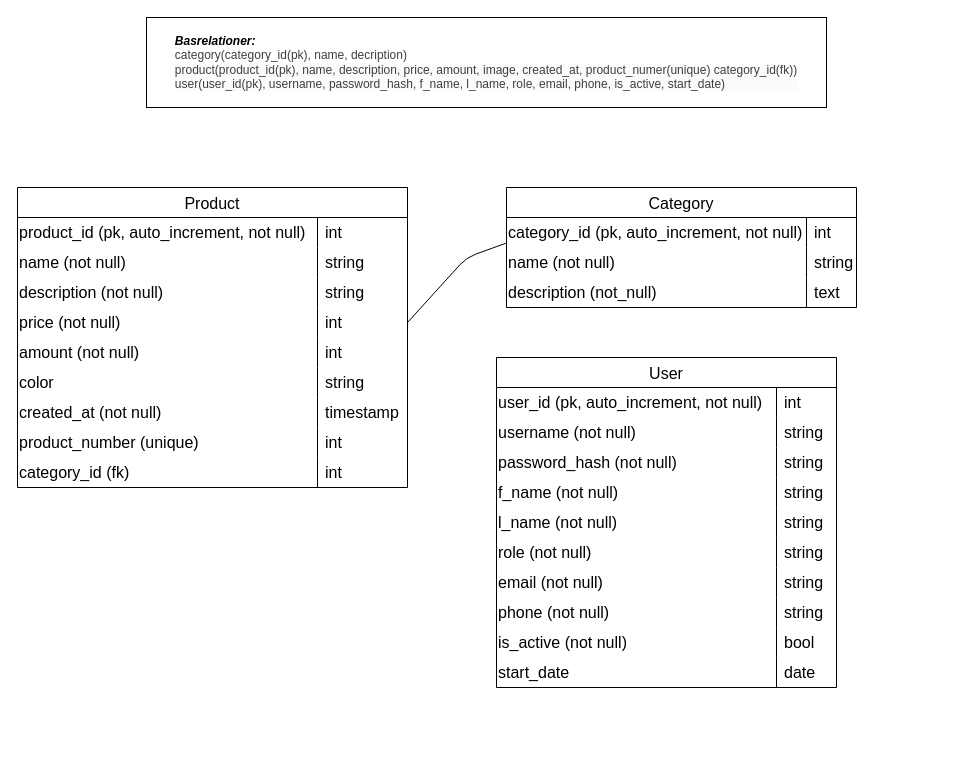
The draw.io diagram er-diagram.drawio in gustafsson96/project-dt193g-backend, before the edit. Source tidied: cells renumbered, new cells numbered last; positions are measured from the earlier drawing's top-left corner, leaving out a move shared by most shapes. Both pictures are drawn from the tidied source at 100%, with x=0, y=0 at pixel (17, 17).
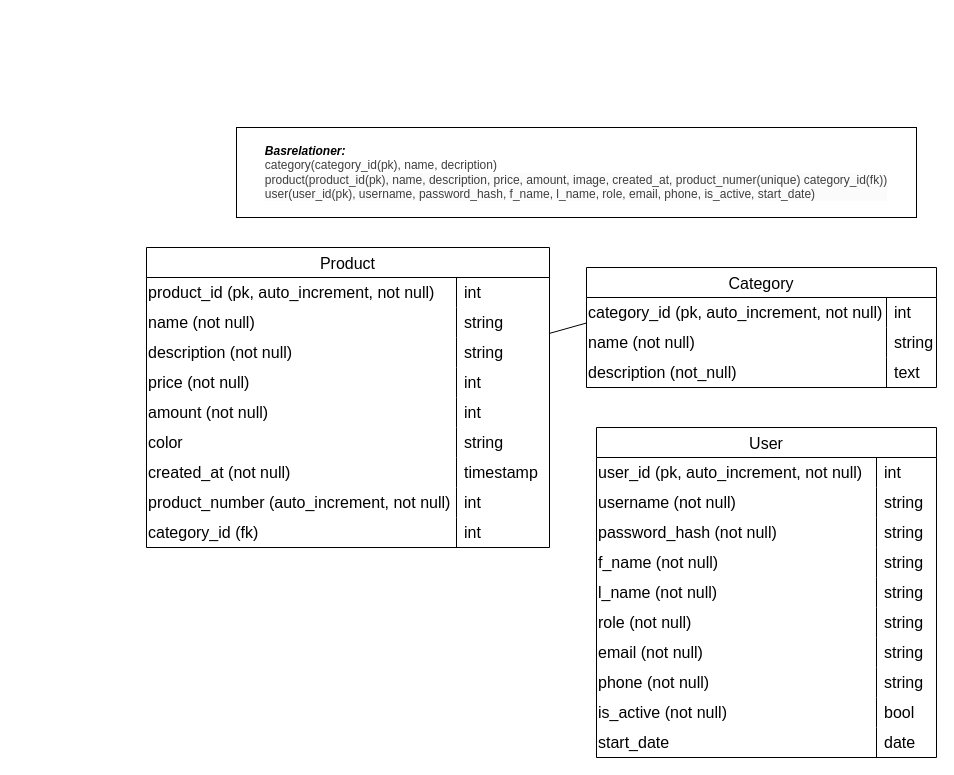
The same diagram, later.

Commit message:
Change type for product_number in ER-diagram

Unchanged cells that the change refers to:
```xml
<mxCell id="31" style="shape=tableRow;horizontal=0;startSize=0;swimlaneHead=0;swimlaneBody=0;top=0;left=0;bottom=0;right=0;fillColor=none;points=[[0,0.5],[1,0.5]];portConstraint=eastwest;strokeColor=inherit;fontSize=16;" parent="30" vertex="1">
  <mxGeometry y="30" width="350" height="30" as="geometry" />
</mxCell>
```

What changed in the source:
```diff
@@
     <mxCell id="2" value="Product" style="shape=table;startSize=30;childLayout=tableLayout;rowLines=0;fontStyle=0;strokeColor=default;fontSize=16;" parent="1" vertex="1">
-      <mxGeometry y="170" width="390" height="300" as="geometry" />
+      <mxGeometry x="129" y="230" width="403" height="300" as="geometry" />
     </mxCell>
     <mxCell id="3" style="shape=tableRow;horizontal=0;startSize=0;swimlaneHead=0;swimlaneBody=0;top=0;left=0;bottom=0;right=0;fillColor=none;strokeColor=inherit;fontSize=16;" parent="2" vertex="1">
-      <mxGeometry y="30" width="390" height="30" as="geometry" />
+      <mxGeometry y="30" width="403" height="30" as="geometry" />
     </mxCell>
     <mxCell id="4" value="product_id (pk, auto_increment, not null)" style="shape=partialRectangle;html=1;whiteSpace=wrap;fillColor=none;top=0;left=0;bottom=0;right=0;overflow=hidden;strokeColor=inherit;fontSize=16;align=left;" parent="3" vertex="1">
-      <mxGeometry width="300" height="30" as="geometry" />
+      <mxGeometry width="310" height="30" as="geometry" />
     </mxCell>
     <mxCell id="5" value="int" style="shape=partialRectangle;html=1;whiteSpace=wrap;fillColor=none;top=0;left=0;bottom=0;right=0;align=left;spacingLeft=6;overflow=hidden;strokeColor=inherit;fontSize=16;" parent="3" vertex="1">
-      <mxGeometry x="300" width="90" height="30" as="geometry" />
+      <mxGeometry x="310" width="93" height="30" as="geometry" />
     </mxCell>
     <mxCell id="6" style="shape=tableRow;horizontal=0;startSize=0;swimlaneHead=0;swimlaneBody=0;top=0;left=0;bottom=0;right=0;fillColor=none;strokeColor=inherit;fontSize=16;" parent="2" vertex="1">
-      <mxGeometry y="60" width="390" height="30" as="geometry" />
+      <mxGeometry y="60" width="403" height="30" as="geometry" />
     </mxCell>
     <mxCell id="7" value="name (not null)" style="shape=partialRectangle;html=1;whiteSpace=wrap;fillColor=none;top=0;left=0;bottom=0;right=0;overflow=hidden;strokeColor=inherit;fontSize=16;align=left;" parent="6" vertex="1">
-      <mxGeometry width="300" height="30" as="geometry" />
+      <mxGeometry width="310" height="30" as="geometry" />
     </mxCell>
     <mxCell id="8" value="string" style="shape=partialRectangle;html=1;whiteSpace=wrap;fillColor=none;top=0;left=0;bottom=0;right=0;align=left;spacingLeft=6;overflow=hidden;strokeColor=inherit;fontSize=16;" parent="6" vertex="1">
-      <mxGeometry x="300" width="90" height="30" as="geometry" />
+      <mxGeometry x="310" width="93" height="30" as="geometry" />
     </mxCell>
     <mxCell id="9" style="shape=tableRow;horizontal=0;startSize=0;swimlaneHead=0;swimlaneBody=0;top=0;left=0;bottom=0;right=0;fillColor=none;points=[[0,0.5],[1,0.5]];portConstraint=eastwest;strokeColor=inherit;fontSize=16;" parent="2" vertex="1">
-      <mxGeometry y="90" width="390" height="30" as="geometry" />
+      <mxGeometry y="90" width="403" height="30" as="geometry" />
     </mxCell>
     <mxCell id="10" value="description&amp;nbsp;&lt;span style=&quot;color: rgb(0, 0, 0);&quot;&gt;(not null)&lt;/span&gt;" style="shape=partialRectangle;html=1;whiteSpace=wrap;fillColor=none;top=0;left=0;bottom=0;right=0;overflow=hidden;strokeColor=inherit;fontSize=16;align=left;" parent="9" vertex="1">
-      <mxGeometry width="300" height="30" as="geometry" />
+      <mxGeometry width="310" height="30" as="geometry" />
     </mxCell>
     <mxCell id="11" value="&lt;span style=&quot;color: rgb(0, 0, 0);&quot;&gt;string&lt;/span&gt;" style="shape=partialRectangle;html=1;whiteSpace=wrap;fillColor=none;top=0;left=0;bottom=0;right=0;align=left;spacingLeft=6;overflow=hidden;strokeColor=inherit;fontSize=16;" parent="9" vertex="1">
-      <mxGeometry x="300" width="90" height="30" as="geometry" />
+      <mxGeometry x="310" width="93" height="30" as="geometry" />
     </mxCell>
     <mxCell id="12" style="shape=tableRow;horizontal=0;startSize=0;swimlaneHead=0;swimlaneBody=0;top=0;left=0;bottom=0;right=0;fillColor=none;points=[[0,0.5],[1,0.5]];portConstraint=eastwest;strokeColor=inherit;fontSize=16;" parent="2" vertex="1">
-      <mxGeometry y="120" width="390" height="30" as="geometry" />
+      <mxGeometry y="120" width="403" height="30" as="geometry" />
     </mxCell>
     <mxCell id="13" value="price&amp;nbsp;&lt;span style=&quot;color: rgb(0, 0, 0);&quot;&gt;(not null)&lt;/span&gt;" style="shape=partialRectangle;html=1;whiteSpace=wrap;fillColor=none;top=0;left=0;bottom=0;right=0;overflow=hidden;strokeColor=inherit;fontSize=16;align=left;" parent="12" vertex="1">
-      <mxGeometry width="300" height="30" as="geometry" />
+      <mxGeometry width="310" height="30" as="geometry" />
     </mxCell>
     <mxCell id="14" value="int" style="shape=partialRectangle;html=1;whiteSpace=wrap;fillColor=none;top=0;left=0;bottom=0;right=0;align=left;spacingLeft=6;overflow=hidden;strokeColor=inherit;fontSize=16;" parent="12" vertex="1">
-      <mxGeometry x="300" width="90" height="30" as="geometry" />
+      <mxGeometry x="310" width="93" height="30" as="geometry" />
     </mxCell>
     <mxCell id="15" style="shape=tableRow;horizontal=0;startSize=0;swimlaneHead=0;swimlaneBody=0;top=0;left=0;bottom=0;right=0;fillColor=none;strokeColor=inherit;fontSize=16;" parent="2" vertex="1">
-      <mxGeometry y="150" width="390" height="30" as="geometry" />
+      <mxGeometry y="150" width="403" height="30" as="geometry" />
     </mxCell>
     <mxCell id="16" value="amount&amp;nbsp;&lt;span style=&quot;color: rgb(0, 0, 0);&quot;&gt;(not null)&lt;/span&gt;" style="shape=partialRectangle;html=1;whiteSpace=wrap;fillColor=none;top=0;left=0;bottom=0;right=0;overflow=hidden;strokeColor=inherit;fontSize=16;align=left;" parent="15" vertex="1">
-      <mxGeometry width="300" height="30" as="geometry" />
+      <mxGeometry width="310" height="30" as="geometry" />
     </mxCell>
     <mxCell id="17" value="int" style="shape=partialRectangle;html=1;whiteSpace=wrap;fillColor=none;top=0;left=0;bottom=0;right=0;align=left;spacingLeft=6;overflow=hidden;strokeColor=inherit;fontSize=16;" parent="15" vertex="1">
-      <mxGeometry x="300" width="90" height="30" as="geometry" />
+      <mxGeometry x="310" width="93" height="30" as="geometry" />
     </mxCell>
     <mxCell id="18" style="shape=tableRow;horizontal=0;startSize=0;swimlaneHead=0;swimlaneBody=0;top=0;left=0;bottom=0;right=0;fillColor=none;strokeColor=inherit;fontSize=16;" parent="2" vertex="1">
-      <mxGeometry y="180" width="390" height="30" as="geometry" />
+      <mxGeometry y="180" width="403" height="30" as="geometry" />
     </mxCell>
     <mxCell id="19" value="&lt;span style=&quot;color: rgb(0, 0, 0);&quot;&gt;color&lt;/span&gt;" style="shape=partialRectangle;html=1;whiteSpace=wrap;fillColor=none;top=0;left=0;bottom=0;right=0;overflow=hidden;strokeColor=inherit;fontSize=16;align=left;" parent="18" vertex="1">
-      <mxGeometry width="300" height="30" as="geometry" />
+      <mxGeometry width="310" height="30" as="geometry" />
     </mxCell>
     <mxCell id="20" value="string" style="shape=partialRectangle;html=1;whiteSpace=wrap;fillColor=none;top=0;left=0;bottom=0;right=0;align=left;spacingLeft=6;overflow=hidden;strokeColor=inherit;fontSize=16;" parent="18" vertex="1">
-      <mxGeometry x="300" width="90" height="30" as="geometry" />
+      <mxGeometry x="310" width="93" height="30" as="geometry" />
     </mxCell>
     <mxCell id="21" style="shape=tableRow;horizontal=0;startSize=0;swimlaneHead=0;swimlaneBody=0;top=0;left=0;bottom=0;right=0;fillColor=none;strokeColor=inherit;fontSize=16;" parent="2" vertex="1">
-      <mxGeometry y="210" width="390" height="30" as="geometry" />
+      <mxGeometry y="210" width="403" height="30" as="geometry" />
     </mxCell>
     <mxCell id="22" value="&lt;span style=&quot;color: rgb(0, 0, 0);&quot;&gt;created_at&amp;nbsp;&lt;/span&gt;&lt;span style=&quot;color: rgb(0, 0, 0);&quot;&gt;(not null)&lt;/span&gt;" style="shape=partialRectangle;html=1;whiteSpace=wrap;fillColor=none;top=0;left=0;bottom=0;right=0;overflow=hidden;strokeColor=inherit;fontSize=16;align=left;" parent="21" vertex="1">
-      <mxGeometry width="300" height="30" as="geometry" />
+      <mxGeometry width="310" height="30" as="geometry" />
     </mxCell>
     <mxCell id="23" value="&lt;span style=&quot;color: rgb(0, 0, 0);&quot;&gt;timestamp&lt;/span&gt;" style="shape=partialRectangle;html=1;whiteSpace=wrap;fillColor=none;top=0;left=0;bottom=0;right=0;align=left;spacingLeft=6;overflow=hidden;strokeColor=inherit;fontSize=16;" parent="21" vertex="1">
-      <mxGeometry x="300" width="90" height="30" as="geometry" />
+      <mxGeometry x="310" width="93" height="30" as="geometry" />
     </mxCell>
     <mxCell id="24" style="shape=tableRow;horizontal=0;startSize=0;swimlaneHead=0;swimlaneBody=0;top=0;left=0;bottom=0;right=0;fillColor=none;strokeColor=inherit;fontSize=16;" parent="2" vertex="1">
-      <mxGeometry y="240" width="390" height="30" as="geometry" />
+      <mxGeometry y="240" width="403" height="30" as="geometry" />
     </mxCell>
-    <mxCell id="25" value="product_number (unique)" style="shape=partialRectangle;html=1;whiteSpace=wrap;fillColor=none;top=0;left=0;bottom=0;right=0;overflow=hidden;strokeColor=inherit;fontSize=16;align=left;" parent="24" vertex="1">
-      <mxGeometry width="300" height="30" as="geometry" />
+    <mxCell id="25" value="product_number (auto_increment, not null)" style="shape=partialRectangle;html=1;whiteSpace=wrap;fillColor=none;top=0;left=0;bottom=0;right=0;overflow=hidden;strokeColor=inherit;fontSize=16;align=left;" parent="24" vertex="1">
+      <mxGeometry width="310" height="30" as="geometry" />
     </mxCell>
     <mxCell id="26" value="&lt;span style=&quot;color: rgb(0, 0, 0);&quot;&gt;int&lt;/span&gt;" style="shape=partialRectangle;html=1;whiteSpace=wrap;fillColor=none;top=0;left=0;bottom=0;right=0;align=left;spacingLeft=6;overflow=hidden;strokeColor=inherit;fontSize=16;" parent="24" vertex="1">
-      <mxGeometry x="300" width="90" height="30" as="geometry" />
+      <mxGeometry x="310" width="93" height="30" as="geometry" />
     </mxCell>
     <mxCell id="27" style="shape=tableRow;horizontal=0;startSize=0;swimlaneHead=0;swimlaneBody=0;top=0;left=0;bottom=0;right=0;fillColor=none;strokeColor=inherit;fontSize=16;" parent="2" vertex="1">
-      <mxGeometry y="270" width="390" height="30" as="geometry" />
+      <mxGeometry y="270" width="403" height="30" as="geometry" />
     </mxCell>
     <mxCell id="28" value="category_id (fk)" style="shape=partialRectangle;html=1;whiteSpace=wrap;fillColor=none;top=0;left=0;bottom=0;right=0;overflow=hidden;strokeColor=inherit;fontSize=16;align=left;" parent="27" vertex="1">
-      <mxGeometry width="300" height="30" as="geometry" />
+      <mxGeometry width="310" height="30" as="geometry" />
     </mxCell>
     <mxCell id="29" value="int" style="shape=partialRectangle;html=1;whiteSpace=wrap;fillColor=none;top=0;left=0;bottom=0;right=0;align=left;spacingLeft=6;overflow=hidden;strokeColor=inherit;fontSize=16;" parent="27" vertex="1">
-      <mxGeometry x="300" width="90" height="30" as="geometry" />
+      <mxGeometry x="310" width="93" height="30" as="geometry" />
     </mxCell>
     <mxCell id="30" value="Category" style="shape=table;startSize=30;childLayout=tableLayout;rowLines=0;fontStyle=0;strokeColor=default;fontSize=16;" parent="1" vertex="1">
-      <mxGeometry x="489" y="170" width="350" height="120" as="geometry" />
+      <mxGeometry x="569" y="250" width="350" height="120" as="geometry" />
     </mxCell>
@@
     <mxCell id="40" value="User" style="shape=table;startSize=30;childLayout=tableLayout;rowLines=0;fontStyle=0;strokeColor=default;fontSize=16;" parent="1" vertex="1">
-      <mxGeometry x="479" y="340" width="340" height="330" as="geometry" />
+      <mxGeometry x="579" y="410" width="340" height="330" as="geometry" />
     </mxCell>
@@
-    <mxCell id="71" style="endArrow=none;html=1;entryX=0;entryY=0.85;entryDx=0;entryDy=0;entryPerimeter=0;exitX=1;exitY=0.5;exitDx=0;exitDy=0;" parent="1" edge="1" source="12" target="31">
-      <mxGeometry relative="1" as="geometry">
-        <Array as="points">
-          <mxPoint x="449" y="240" />
-        </Array>
-      </mxGeometry>
+    <mxCell id="71" style="endArrow=none;html=1;entryX=0;entryY=0.85;entryDx=0;entryDy=0;entryPerimeter=0;exitX=1;exitY=-0.137;exitDx=0;exitDy=0;exitPerimeter=0;" parent="1" edge="1" source="9" target="31">
+      <mxGeometry relative="1" as="geometry" />
     </mxCell>
     <mxCell id="72" value="&lt;div style=&quot;text-align: left;&quot;&gt;&lt;span&gt;&lt;b&gt;&lt;i&gt;Basrelationer:&lt;/i&gt;&lt;/b&gt;&lt;/span&gt;&lt;/div&gt;&lt;div style=&quot;text-align: left;&quot;&gt;&lt;span style=&quot;color: rgb(63, 63, 63); background-color: transparent;&quot;&gt;c&lt;/span&gt;&lt;span style=&quot;background-color: transparent; color: rgb(63, 63, 63);&quot;&gt;ategory&lt;/span&gt;&lt;span style=&quot;background-color: transparent; color: rgb(63, 63, 63);&quot;&gt;(category_id(pk), name, decription)&lt;/span&gt;&lt;/div&gt;&lt;div style=&quot;forced-color-adjust: none; color: rgb(63, 63, 63); scrollbar-color: rgb(226, 226, 226) rgb(251, 251, 251); font-family: Helvetica; font-size: 12px; font-style: normal; font-variant-ligatures: normal; font-variant-caps: normal; letter-spacing: normal; orphans: 2; text-align: left; text-indent: 0px; text-transform: none; widows: 2; word-spacing: 0px; -webkit-text-stroke-width: 0px; white-space: normal; background-color: rgb(251, 251, 251); text-decoration-thickness: initial; text-decoration-style: initial; text-decoration-color: initial;&quot;&gt;product&lt;span style=&quot;font-weight: 400;&quot;&gt;(product_id(pk), name, description, price, amount, image, created_at, product_numer(unique) category_id(fk))&lt;/span&gt;&lt;/div&gt;&lt;div style=&quot;forced-color-adjust: none; color: rgb(63, 63, 63); scrollbar-color: rgb(226, 226, 226) rgb(251, 251, 251); font-family: Helvetica; font-size: 12px; font-style: normal; font-variant-ligatures: normal; font-variant-caps: normal; letter-spacing: normal; orphans: 2; text-align: left; text-indent: 0px; text-transform: none; widows: 2; word-spacing: 0px; -webkit-text-stroke-width: 0px; white-space: normal; background-color: rgb(251, 251, 251); text-decoration-thickness: initial; text-decoration-style: initial; text-decoration-color: initial;&quot;&gt;&lt;span style=&quot;background-color: light-dark(rgb(251, 251, 251), rgb(21, 21, 21));&quot;&gt;user&lt;/span&gt;(user_id(pk), username, password_hash, f_name, l_name, role, email, phone, is_active, start_date)&lt;/div&gt;" style="rounded=0;whiteSpace=wrap;html=1;" parent="1" vertex="1">
-      <mxGeometry x="129" width="680" height="90" as="geometry" />
+      <mxGeometry x="219" y="110" width="680" height="90" as="geometry" />
     </mxCell>
```
